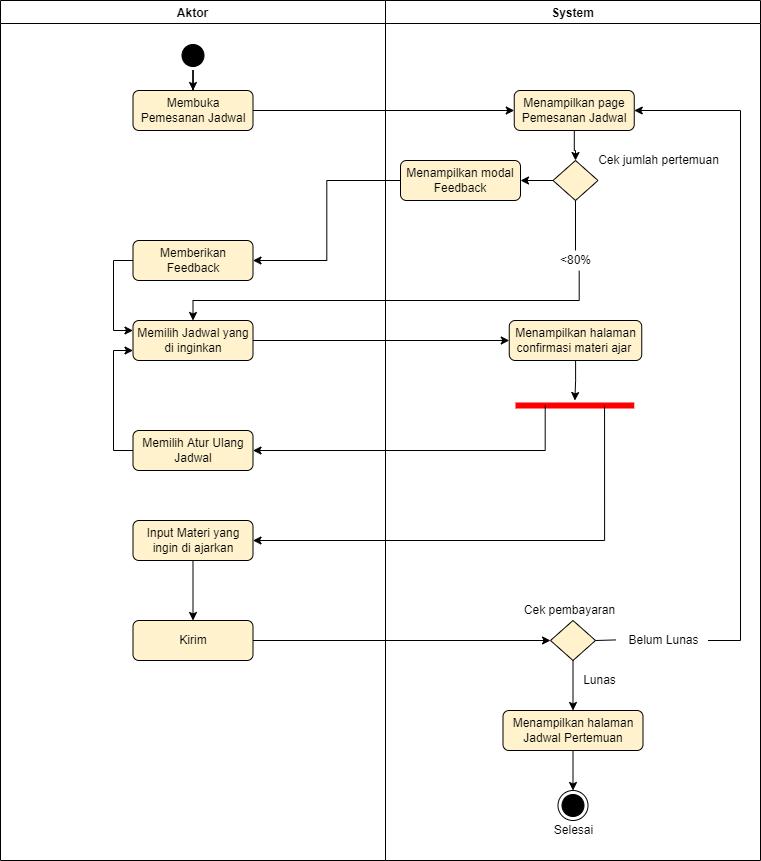
Earlier version of the draw.io export Diagrams/Activity Diagram Registered/AD_PemesananJadwal.png (Zkavolo/Classico-Project). Source tidied: cells renumbered, new cells last; positions are measured from the earlier drawing's top-left corner, leaving out a move shared by most shapes.
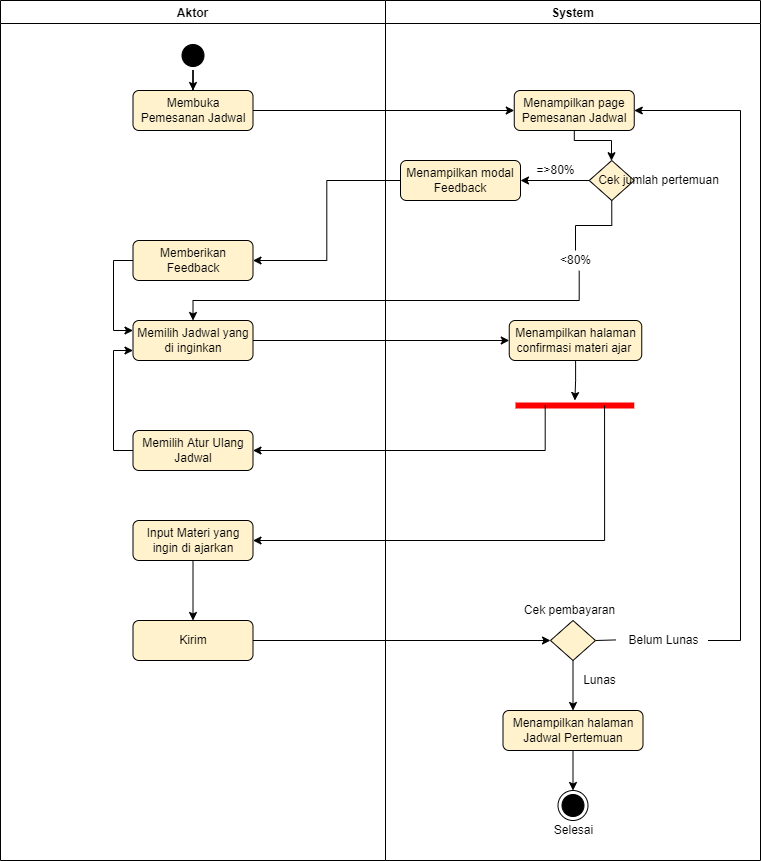
The same diagram one commit later.

Diff of the diagram source:
```diff
@@ -6,7 +6,12 @@
       <mxGeometry x="385" width="375" height="860" as="geometry" />
     </mxCell>
     <mxCell id="3" style="edgeStyle=orthogonalEdgeStyle;rounded=0;jettySize=auto;html=1;" parent="2" edge="1" source="4" target="6">
-      <mxGeometry relative="1" as="geometry" />
+      <mxGeometry relative="1" as="geometry">
+        <Array as="points">
+          <mxPoint x="189" y="140" />
+          <mxPoint x="226" y="140" />
+        </Array>
+      </mxGeometry>
     </mxCell>
     <mxCell id="4" value="Menampilkan page Pemesanan Jadwal" style="rounded=1;whiteSpace=wrap;html=1;strokeColor=default;fillColor=#fff2cc;" parent="2" vertex="1">
       <mxGeometry x="128.8" y="90" width="120" height="40" as="geometry" />
@@ -15,10 +20,10 @@
       <mxGeometry relative="1" as="geometry" />
     </mxCell>
     <mxCell id="6" style="rhombus;whiteSpace=wrap;html=1;strokeColor=default;fillColor=#fff2cc;" parent="2" vertex="1">
-      <mxGeometry x="167.5" y="160" width="45" height="40" as="geometry" />
+      <mxGeometry x="203.8" y="160" width="45" height="40" as="geometry" />
     </mxCell>
     <mxCell id="7" value="Cek jumlah pertemuan" style="text;html=1;align=center;verticalAlign=middle;strokeColor=none;fillColor=none;" parent="2" vertex="1">
-      <mxGeometry x="202.5" y="150" width="140" height="20" as="geometry" />
+      <mxGeometry x="202.5" y="170" width="140" height="20" as="geometry" />
     </mxCell>
     <mxCell id="8" value="Menampilkan modal Feedback" style="rounded=1;whiteSpace=wrap;html=1;strokeColor=default;fillColor=#fff2cc;" parent="2" vertex="1">
       <mxGeometry x="15" y="160" width="120" height="40" as="geometry" />
@@ -76,6 +81,9 @@
     <mxCell id="24" value="Lunas" style="text;html=1;align=center;verticalAlign=middle;strokeColor=none;fillColor=none;" parent="2" vertex="1">
       <mxGeometry x="188.8" y="670" width="50" height="20" as="geometry" />
     </mxCell>
+    <mxCell id="44" value="=&amp;gt;80%" style="text;html=1;align=center;verticalAlign=middle;strokeColor=none;fillColor=none;" parent="2" vertex="1">
+      <mxGeometry x="140" y="155" width="60" height="30" as="geometry" />
+    </mxCell>
     <mxCell id="25" value="Aktor" style="swimlane;" parent="1" vertex="1">
       <mxGeometry width="385" height="860" as="geometry" />
     </mxCell>
```
